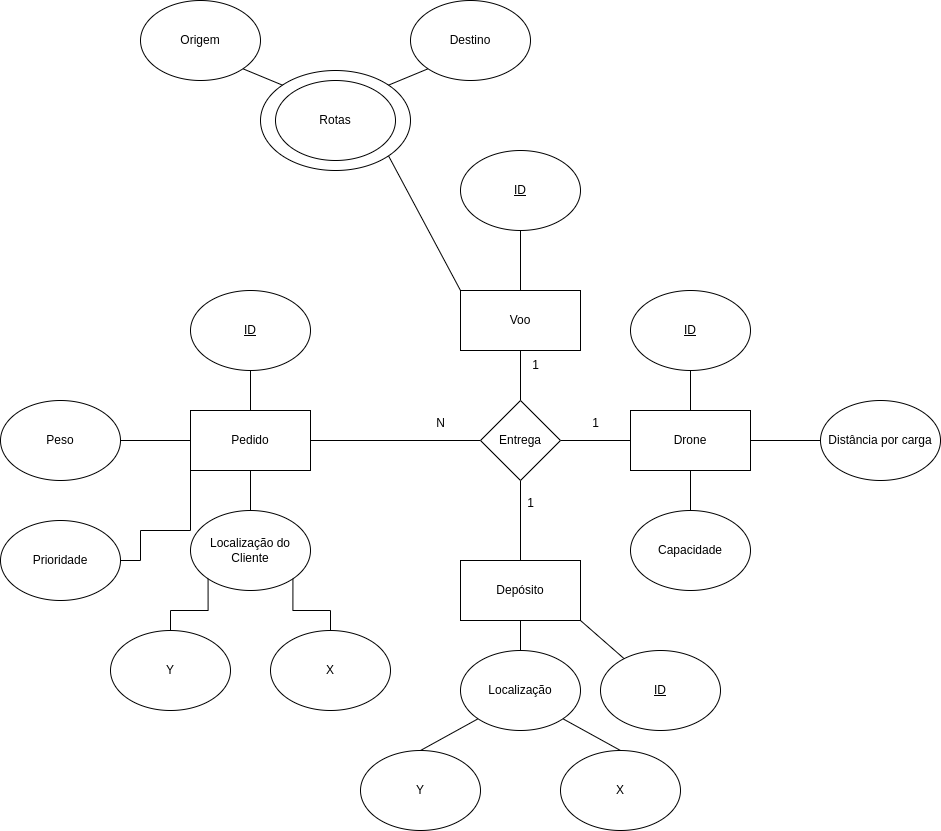
Henriquemcc/Teste_pratico_dti_digital keeps this draw.io diagram as docs/EER.png. Above is the earlier version. Source tidied: cells renumbered, new cells last; positions are measured from the earlier drawing's top-left corner, leaving out a move shared by most shapes.
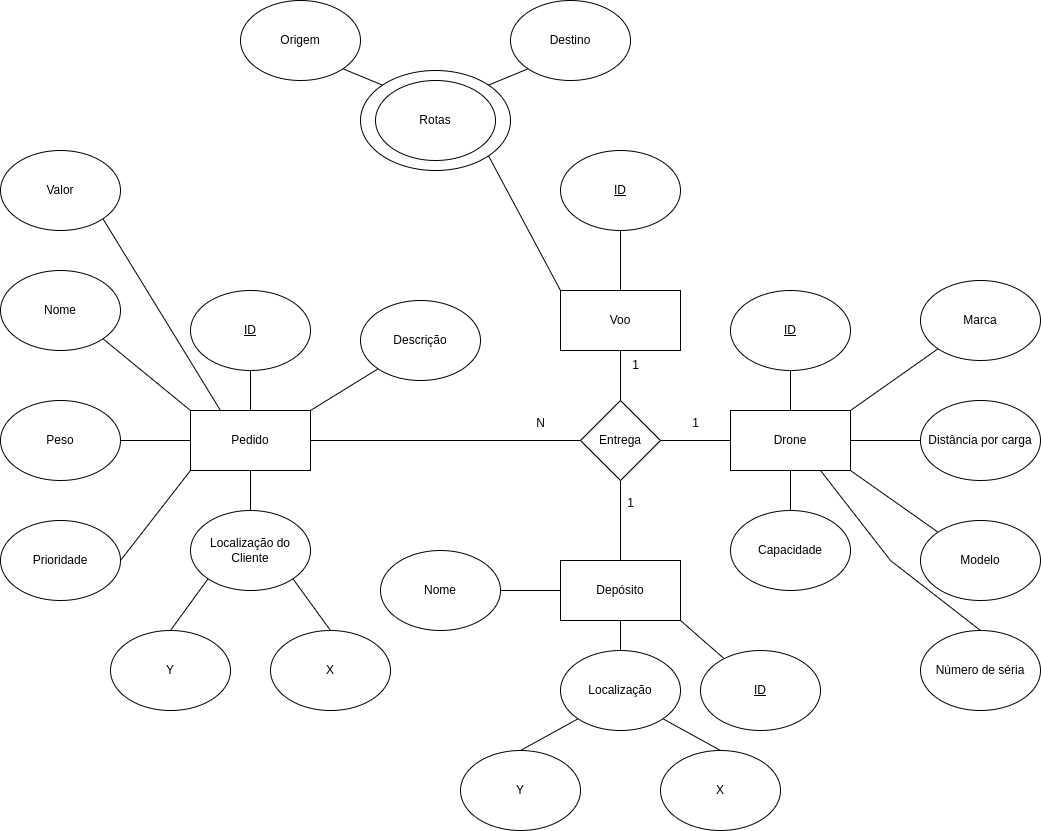
After the change.

Commit message:
Adicionando atributos que estavam faltando

The edit, as a diff of the source:
```diff
@@ -8,6 +8,16 @@
     <mxCell id="3" style="edgeStyle=orthogonalEdgeStyle;rounded=0;jettySize=auto;html=1;exitX=0;exitY=0.5;exitDx=0;exitDy=0;entryX=1;entryY=0.5;entryDx=0;entryDy=0;endArrow=none;startFill=0;" parent="1" edge="1" source="4" target="27">
       <mxGeometry relative="1" as="geometry" />
     </mxCell>
+    <mxCell id="51" style="rounded=0;jettySize=auto;html=1;exitX=1;exitY=1;exitDx=0;exitDy=0;entryX=0;entryY=0;entryDx=0;entryDy=0;endArrow=none;startFill=0;" parent="1" edge="1" source="4" target="62">
+      <mxGeometry relative="1" as="geometry" />
+    </mxCell>
+    <mxCell id="52" style="rounded=0;jettySize=auto;html=1;exitX=0.75;exitY=1;exitDx=0;exitDy=0;entryX=0.5;entryY=0;entryDx=0;entryDy=0;endArrow=none;startFill=0;" parent="1" edge="1" source="4" target="63">
+      <mxGeometry relative="1" as="geometry">
+        <Array as="points">
+          <mxPoint x="790" y="560" />
+        </Array>
+      </mxGeometry>
+    </mxCell>
     <mxCell id="4" value="Drone" style="rounded=0;whiteSpace=wrap;html=1;" parent="1" vertex="1">
       <mxGeometry x="630" y="410" width="120" height="60" as="geometry" />
     </mxCell>
@@ -27,49 +37,43 @@
       <mxGeometry x="820" y="400" width="120" height="80" as="geometry" />
     </mxCell>
     <mxCell id="10" value="Pedido" style="rounded=0;whiteSpace=wrap;html=1;" parent="1" vertex="1">
-      <mxGeometry x="190" y="410" width="120" height="60" as="geometry" />
+      <mxGeometry x="90" y="410" width="120" height="60" as="geometry" />
     </mxCell>
     <mxCell id="11" style="edgeStyle=orthogonalEdgeStyle;rounded=0;jettySize=auto;html=1;exitX=0.5;exitY=1;exitDx=0;exitDy=0;entryX=0.5;entryY=0;entryDx=0;entryDy=0;endArrow=none;startFill=0;" parent="1" edge="1" source="12" target="10">
       <mxGeometry relative="1" as="geometry" />
     </mxCell>
     <mxCell id="12" value="&lt;u&gt;ID&lt;/u&gt;" style="ellipse;whiteSpace=wrap;html=1;" parent="1" vertex="1">
-      <mxGeometry x="190" y="290" width="120" height="80" as="geometry" />
+      <mxGeometry x="90" y="290" width="120" height="80" as="geometry" />
     </mxCell>
     <mxCell id="13" style="edgeStyle=orthogonalEdgeStyle;rounded=0;jettySize=auto;html=1;exitX=0.5;exitY=0;exitDx=0;exitDy=0;entryX=0.5;entryY=1;entryDx=0;entryDy=0;endArrow=none;startFill=0;" parent="1" edge="1" source="14" target="10">
       <mxGeometry relative="1" as="geometry" />
     </mxCell>
     <mxCell id="14" value="Localização do Cliente" style="ellipse;whiteSpace=wrap;html=1;" parent="1" vertex="1">
-      <mxGeometry x="190" y="510" width="120" height="80" as="geometry" />
+      <mxGeometry x="90" y="510" width="120" height="80" as="geometry" />
     </mxCell>
-    <mxCell id="15" style="edgeStyle=orthogonalEdgeStyle;rounded=0;jettySize=auto;html=1;exitX=0.5;exitY=0;exitDx=0;exitDy=0;entryX=1;entryY=1;entryDx=0;entryDy=0;endArrow=none;startFill=0;" parent="1" edge="1" source="16" target="14">
+    <mxCell id="15" style="rounded=0;jettySize=auto;html=1;exitX=0.5;exitY=0;exitDx=0;exitDy=0;entryX=1;entryY=1;entryDx=0;entryDy=0;endArrow=none;startFill=0;" parent="1" edge="1" source="16" target="14">
       <mxGeometry relative="1" as="geometry" />
     </mxCell>
     <mxCell id="16" value="X" style="ellipse;whiteSpace=wrap;html=1;" parent="1" vertex="1">
-      <mxGeometry x="270" y="630" width="120" height="80" as="geometry" />
+      <mxGeometry x="170" y="630" width="120" height="80" as="geometry" />
     </mxCell>
-    <mxCell id="17" style="edgeStyle=orthogonalEdgeStyle;rounded=0;jettySize=auto;html=1;exitX=0.5;exitY=0;exitDx=0;exitDy=0;entryX=0;entryY=1;entryDx=0;entryDy=0;endArrow=none;startFill=0;" parent="1" edge="1" source="18" target="14">
+    <mxCell id="17" style="rounded=0;jettySize=auto;html=1;exitX=0.5;exitY=0;exitDx=0;exitDy=0;entryX=0;entryY=1;entryDx=0;entryDy=0;endArrow=none;startFill=0;" parent="1" edge="1" source="18" target="14">
       <mxGeometry relative="1" as="geometry" />
     </mxCell>
     <mxCell id="18" value="Y" style="ellipse;whiteSpace=wrap;html=1;" parent="1" vertex="1">
-      <mxGeometry x="110" y="630" width="120" height="80" as="geometry" />
+      <mxGeometry x="10" y="630" width="120" height="80" as="geometry" />
     </mxCell>
     <mxCell id="19" style="edgeStyle=orthogonalEdgeStyle;rounded=0;jettySize=auto;html=1;exitX=1;exitY=0.5;exitDx=0;exitDy=0;entryX=0;entryY=0.5;entryDx=0;entryDy=0;endArrow=none;startFill=0;" parent="1" edge="1" source="20" target="10">
       <mxGeometry relative="1" as="geometry" />
     </mxCell>
     <mxCell id="20" value="Peso" style="ellipse;whiteSpace=wrap;html=1;" parent="1" vertex="1">
-      <mxGeometry y="400" width="120" height="80" as="geometry" />
+      <mxGeometry x="-100" y="400" width="120" height="80" as="geometry" />
     </mxCell>
-    <mxCell id="21" style="edgeStyle=orthogonalEdgeStyle;rounded=0;jettySize=auto;html=1;exitX=1;exitY=0.5;exitDx=0;exitDy=0;entryX=0;entryY=1;entryDx=0;entryDy=0;endArrow=none;startFill=0;" parent="1" edge="1" source="22" target="10">
-      <mxGeometry relative="1" as="geometry">
-        <Array as="points">
-          <mxPoint x="140" y="560" />
-          <mxPoint x="140" y="530" />
-          <mxPoint x="190" y="530" />
-        </Array>
-      </mxGeometry>
+    <mxCell id="21" style="rounded=0;jettySize=auto;html=1;exitX=1;exitY=0.5;exitDx=0;exitDy=0;entryX=0;entryY=1;entryDx=0;entryDy=0;endArrow=none;startFill=0;" parent="1" edge="1" source="22" target="10">
+      <mxGeometry relative="1" as="geometry" />
     </mxCell>
     <mxCell id="22" value="Prioridade" style="ellipse;whiteSpace=wrap;html=1;" parent="1" vertex="1">
-      <mxGeometry y="520" width="120" height="80" as="geometry" />
+      <mxGeometry x="-100" y="520" width="120" height="80" as="geometry" />
     </mxCell>
     <mxCell id="23" style="edgeStyle=orthogonalEdgeStyle;rounded=0;jettySize=auto;html=1;exitX=0.5;exitY=1;exitDx=0;exitDy=0;entryX=0.5;entryY=0;entryDx=0;entryDy=0;endArrow=none;startFill=0;" parent="1" edge="1" source="24" target="27">
       <mxGeometry relative="1" as="geometry" />
@@ -131,6 +135,9 @@
     <mxCell id="42" style="edgeStyle=orthogonalEdgeStyle;rounded=0;jettySize=auto;html=1;exitX=0.5;exitY=1;exitDx=0;exitDy=0;entryX=0.5;entryY=0;entryDx=0;entryDy=0;endArrow=none;startFill=0;" parent="1" edge="1" source="43" target="47">
       <mxGeometry relative="1" as="geometry" />
     </mxCell>
+    <mxCell id="53" style="rounded=0;jettySize=auto;html=1;exitX=0;exitY=0.5;exitDx=0;exitDy=0;entryX=1;entryY=0.5;entryDx=0;entryDy=0;endArrow=none;startFill=0;" parent="1" edge="1" source="43" target="64">
+      <mxGeometry relative="1" as="geometry" />
+    </mxCell>
     <mxCell id="43" value="Depósito" style="rounded=0;whiteSpace=wrap;html=1;" parent="1" vertex="1">
       <mxGeometry x="460" y="560" width="120" height="60" as="geometry" />
     </mxCell>
@@ -155,5 +162,38 @@
     <mxCell id="50" value="1" style="text;html=1;align=center;verticalAlign=middle;strokeColor=none;fillColor=none;" parent="1" vertex="1">
       <mxGeometry x="515" y="488" width="30" height="30" as="geometry" />
     </mxCell>
+    <mxCell id="54" style="rounded=0;jettySize=auto;html=1;exitX=1;exitY=1;exitDx=0;exitDy=0;entryX=0;entryY=0;entryDx=0;entryDy=0;endArrow=none;startFill=0;" parent="1" edge="1" source="55" target="10">
+      <mxGeometry relative="1" as="geometry" />
+    </mxCell>
+    <mxCell id="55" value="Nome" style="ellipse;whiteSpace=wrap;html=1;" parent="1" vertex="1">
+      <mxGeometry x="-100" y="270" width="120" height="80" as="geometry" />
+    </mxCell>
+    <mxCell id="56" style="rounded=0;jettySize=auto;html=1;exitX=1;exitY=1;exitDx=0;exitDy=0;entryX=0.25;entryY=0;entryDx=0;entryDy=0;endArrow=none;startFill=0;" parent="1" edge="1" source="57" target="10">
+      <mxGeometry relative="1" as="geometry" />
+    </mxCell>
+    <mxCell id="57" value="Valor" style="ellipse;whiteSpace=wrap;html=1;" parent="1" vertex="1">
+      <mxGeometry x="-100" y="150" width="120" height="80" as="geometry" />
+    </mxCell>
+    <mxCell id="58" style="rounded=0;jettySize=auto;html=1;exitX=0;exitY=1;exitDx=0;exitDy=0;entryX=1;entryY=0;entryDx=0;entryDy=0;endArrow=none;startFill=0;" parent="1" edge="1" source="59" target="10">
+      <mxGeometry relative="1" as="geometry" />
+    </mxCell>
+    <mxCell id="59" value="Descrição" style="ellipse;whiteSpace=wrap;html=1;" parent="1" vertex="1">
+      <mxGeometry x="260" y="300" width="120" height="80" as="geometry" />
+    </mxCell>
+    <mxCell id="60" style="rounded=0;jettySize=auto;html=1;exitX=0;exitY=1;exitDx=0;exitDy=0;entryX=1;entryY=0;entryDx=0;entryDy=0;endArrow=none;startFill=0;" parent="1" edge="1" source="61" target="4">
+      <mxGeometry relative="1" as="geometry" />
+    </mxCell>
+    <mxCell id="61" value="Marca" style="ellipse;whiteSpace=wrap;html=1;" parent="1" vertex="1">
+      <mxGeometry x="820" y="280" width="120" height="80" as="geometry" />
+    </mxCell>
+    <mxCell id="62" value="Modelo" style="ellipse;whiteSpace=wrap;html=1;" parent="1" vertex="1">
+      <mxGeometry x="820" y="520" width="120" height="80" as="geometry" />
+    </mxCell>
+    <mxCell id="63" value="Número de séria" style="ellipse;whiteSpace=wrap;html=1;" parent="1" vertex="1">
+      <mxGeometry x="820" y="630" width="120" height="80" as="geometry" />
+    </mxCell>
+    <mxCell id="64" value="Nome" style="ellipse;whiteSpace=wrap;html=1;" parent="1" vertex="1">
+      <mxGeometry x="280" y="550" width="120" height="80" as="geometry" />
+    </mxCell>
   </root>
 </mxGraphModel>
```
